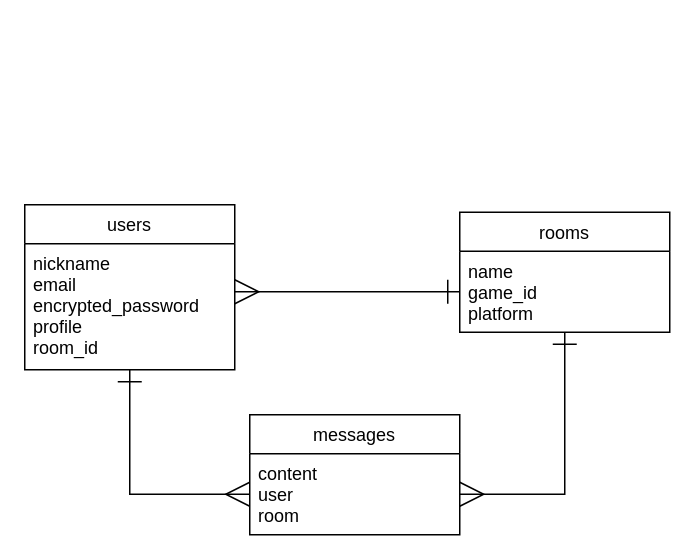
This is ER図.dio from masa-1016/game_matching, a draw.io file, before an edit. Source tidied: cells renumbered, new cells numbered last; positions are measured from the earlier drawing's top-left corner, leaving out a move shared by most shapes. Both pictures are drawn from the tidied source at 150%, with x=0, y=0 at pixel (24, 204).
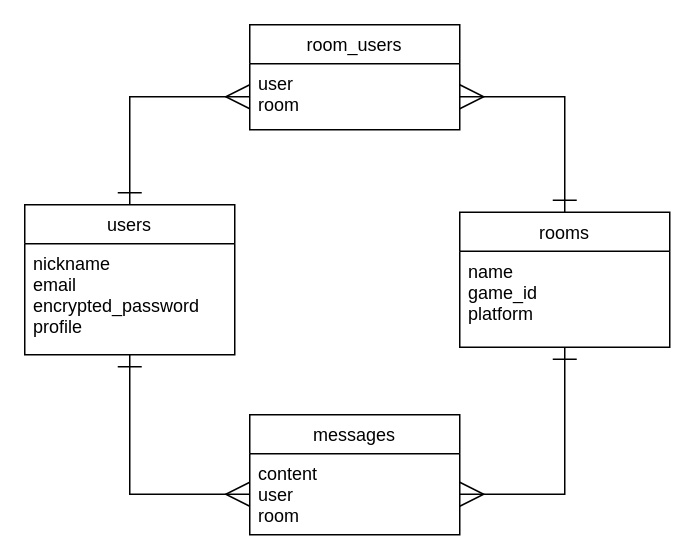
The same page after the edit.

The edit, as a diff of the source:
```diff
@@
 <mxGraphModel>
   <root>
     <mxCell id="0" />
     <mxCell id="1" parent="0" />
+    <mxCell id="11" style="edgeStyle=orthogonalEdgeStyle;rounded=0;jettySize=auto;html=1;exitX=0.5;exitY=0;exitDx=0;exitDy=0;entryX=0;entryY=0.5;entryDx=0;entryDy=0;startSize=14;sourcePerimeterSpacing=0;endArrow=ERmany;endFill=0;endSize=14;strokeWidth=1;startArrow=ERone;startFill=0;" parent="1" edge="1" source="3" target="14">
+      <mxGeometry relative="1" as="geometry" />
+    </mxCell>
     <mxCell id="2" style="edgeStyle=orthogonalEdgeStyle;rounded=0;jettySize=auto;html=1;entryX=0;entryY=0.5;entryDx=0;entryDy=0;startSize=14;sourcePerimeterSpacing=0;endArrow=ERmany;endFill=0;endSize=14;strokeWidth=1;startArrow=ERone;startFill=0;" parent="1" edge="1" source="3" target="9">
       <mxGeometry relative="1" as="geometry" />
     </mxCell>
     <mxCell id="3" value="users" style="swimlane;fontStyle=0;horizontal=1;startSize=26;fillColor=none;" parent="1" vertex="1">
-      <mxGeometry width="140" height="110" as="geometry" />
+      <mxGeometry width="140" height="100" as="geometry" />
     </mxCell>
-    <mxCell id="4" value="nickname&#10;email&#10;encrypted_password&#10;profile&#10;room_id" style="text;strokeColor=none;fillColor=none;align=left;verticalAlign=top;spacingLeft=4;spacingRight=4;overflow=hidden;points=[[0,0.5],[1,0.5]];portConstraint=eastwest;" parent="3" vertex="1">
-      <mxGeometry y="26" width="140" height="84" as="geometry" />
+    <mxCell id="4" value="nickname&#10;email&#10;encrypted_password&#10;profile" style="text;strokeColor=none;fillColor=none;align=left;verticalAlign=top;spacingLeft=4;spacingRight=4;overflow=hidden;points=[[0,0.5],[1,0.5]];portConstraint=eastwest;" parent="3" vertex="1">
+      <mxGeometry y="26" width="140" height="74" as="geometry" />
     </mxCell>
+    <mxCell id="12" style="edgeStyle=orthogonalEdgeStyle;rounded=0;jettySize=auto;html=1;exitX=0.5;exitY=0;exitDx=0;exitDy=0;entryX=1;entryY=0.5;entryDx=0;entryDy=0;startSize=14;sourcePerimeterSpacing=0;endArrow=ERmany;endFill=0;endSize=14;strokeWidth=1;startArrow=ERone;startFill=0;" parent="1" edge="1" source="6" target="14">
+      <mxGeometry relative="1" as="geometry" />
+    </mxCell>
     <mxCell id="5" style="edgeStyle=orthogonalEdgeStyle;rounded=0;jettySize=auto;html=1;entryX=1;entryY=0.5;entryDx=0;entryDy=0;startSize=14;sourcePerimeterSpacing=0;endArrow=ERmany;endFill=0;endSize=14;strokeWidth=1;startArrow=ERone;startFill=0;" parent="1" edge="1" source="6" target="9">
       <mxGeometry relative="1" as="geometry" />
     </mxCell>
     <mxCell id="6" value="rooms" style="swimlane;fontStyle=0;horizontal=1;startSize=26;fillColor=none;" parent="1" vertex="1">
-      <mxGeometry x="290" y="5" width="140" height="80" as="geometry" />
+      <mxGeometry x="290" y="5" width="140" height="90" as="geometry" />
     </mxCell>
-    <mxCell id="7" value="name&#10;game_id&#10;platform" style="text;strokeColor=none;fillColor=none;align=left;verticalAlign=top;spacingLeft=4;spacingRight=4;overflow=hidden;points=[[0,0.5],[1,0.5]];portConstraint=eastwest;" parent="6" vertex="1">
-      <mxGeometry y="26" width="140" height="54" as="geometry" />
+    <mxCell id="7" value="name&#10;game_id&#10;platform&#10;" style="text;strokeColor=none;fillColor=none;align=left;verticalAlign=top;spacingLeft=4;spacingRight=4;overflow=hidden;points=[[0,0.5],[1,0.5]];portConstraint=eastwest;" parent="6" vertex="1">
+      <mxGeometry y="26" width="140" height="64" as="geometry" />
     </mxCell>
     <mxCell id="8" value="messages" style="swimlane;fontStyle=0;horizontal=1;startSize=26;fillColor=none;" parent="1" vertex="1">
       <mxGeometry x="150" y="140" width="140" height="80" as="geometry" />
     </mxCell>
     <mxCell id="9" value="content&#10;user&#10;room" style="text;strokeColor=none;fillColor=none;align=left;verticalAlign=top;spacingLeft=4;spacingRight=4;overflow=hidden;points=[[0,0.5],[1,0.5]];portConstraint=eastwest;" parent="8" vertex="1">
       <mxGeometry y="26" width="140" height="54" as="geometry" />
     </mxCell>
-    <mxCell id="10" style="edgeStyle=orthogonalEdgeStyle;rounded=0;jettySize=auto;html=1;entryX=0;entryY=0.5;entryDx=0;entryDy=0;startArrow=ERmany;startFill=0;endArrow=ERone;endFill=0;endSize=14;startSize=14;" parent="1" edge="1" source="4" target="7">
-      <mxGeometry relative="1" as="geometry">
-        <Array as="points">
-          <mxPoint x="210" y="58" />
-          <mxPoint x="210" y="58" />
-        </Array>
-      </mxGeometry>
-    </mxCell>
+    <mxCell id="13" value="room_users" style="swimlane;fontStyle=0;horizontal=1;startSize=26;fillColor=none;" parent="1" vertex="1">
+      <mxGeometry x="150" y="-120" width="140" height="70" as="geometry" />
+    </mxCell>
+    <mxCell id="14" value="user&#10;room" style="text;strokeColor=none;fillColor=none;align=left;verticalAlign=top;spacingLeft=4;spacingRight=4;overflow=hidden;points=[[0,0.5],[1,0.5]];portConstraint=eastwest;" parent="13" vertex="1">
+      <mxGeometry y="26" width="140" height="44" as="geometry" />
+    </mxCell>
   </root>
 </mxGraphModel>
```
